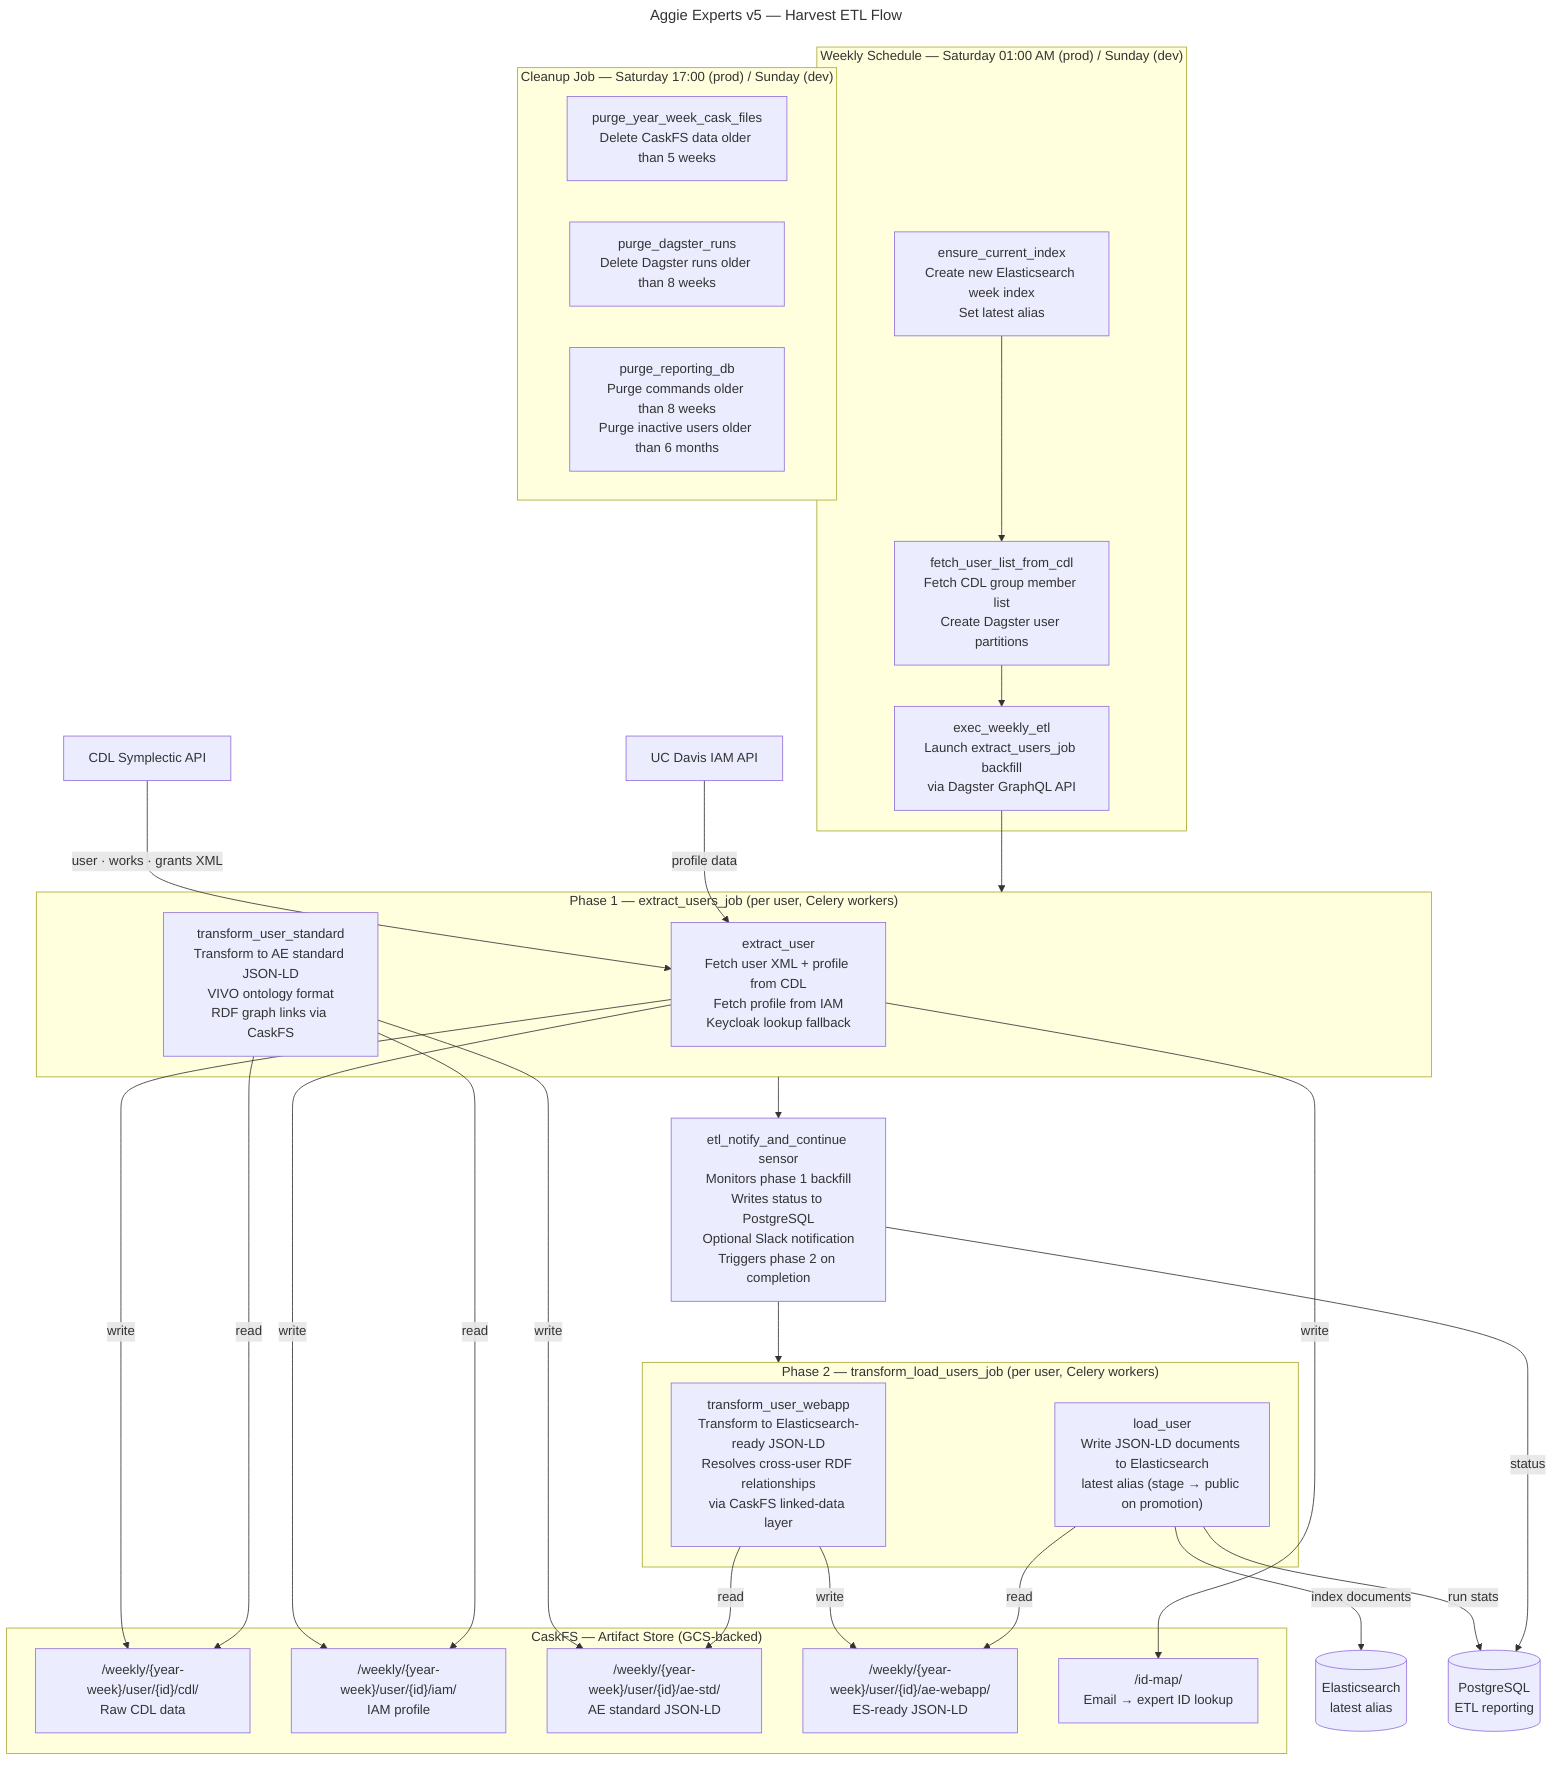
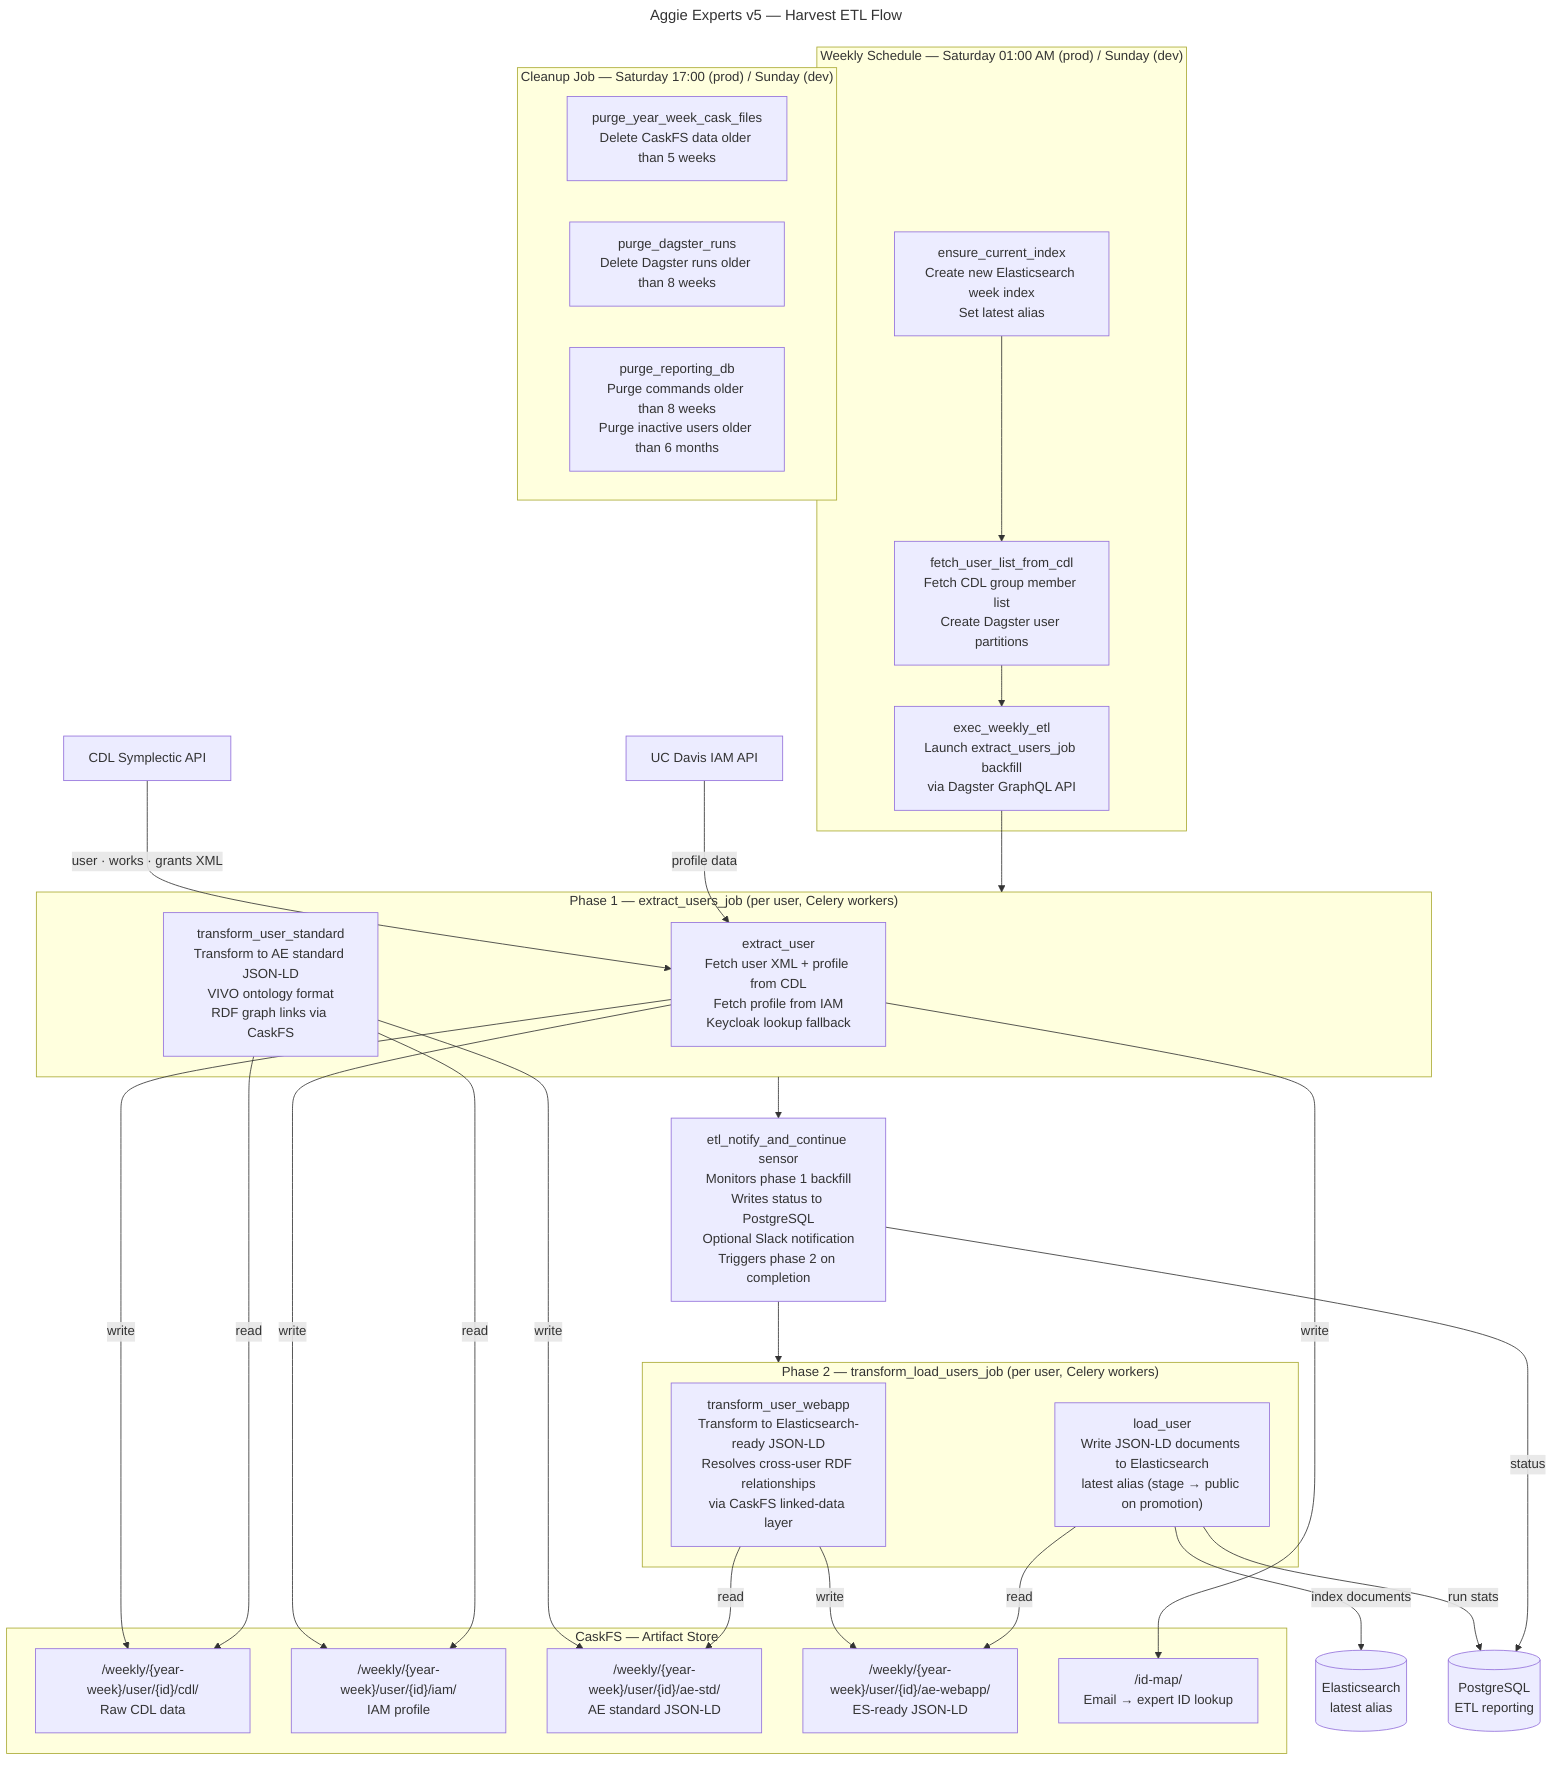
---
title: Aggie Experts v5 — Harvest ETL Flow
---
flowchart TD
    CDL["CDL Symplectic API"]
    IAM["UC Davis IAM API"]

    subgraph SCHED ["Weekly Schedule — Saturday 01:00 AM (prod) / Sunday (dev)"]
        INIT["ensure_current_index\nCreate new Elasticsearch week index\nSet latest alias"]
        FETCH["fetch_user_list_from_cdl\nFetch CDL group member list\nCreate Dagster user partitions"]
        EXEC["exec_weekly_etl\nLaunch extract_users_job backfill\nvia Dagster GraphQL API"]
    end

    subgraph P1 ["Phase 1 — extract_users_job (per user, Celery workers)"]
        EXT["extract_user\nFetch user XML + profile from CDL\nFetch profile from IAM\nKeycloak lookup fallback"]
        STD["transform_user_standard\nTransform to AE standard JSON-LD\nVIVO ontology format\nRDF graph links via CaskFS"]
    end

    SENSOR["etl_notify_and_continue sensor\nMonitors phase 1 backfill\nWrites status to PostgreSQL\nOptional Slack notification\nTriggers phase 2 on completion"]

    subgraph P2 ["Phase 2 — transform_load_users_job (per user, Celery workers)"]
        WEB["transform_user_webapp\nTransform to Elasticsearch-ready JSON-LD\nResolves cross-user RDF relationships\nvia CaskFS linked-data layer"]
        LOAD["load_user\nWrite JSON-LD documents to Elasticsearch\nlatest alias (stage → public on promotion)"]
    end

-     subgraph CASK ["CaskFS — Artifact Store (GCS-backed)"]
+     subgraph CASK ["CaskFS — Artifact Store"]
        C1["/weekly/{year-week}/user/{id}/cdl/\nRaw CDL data"]
        C2["/weekly/{year-week}/user/{id}/iam/\nIAM profile"]
        C3["/weekly/{year-week}/user/{id}/ae-std/\nAE standard JSON-LD"]
        C4["/weekly/{year-week}/user/{id}/ae-webapp/\nES-ready JSON-LD"]
        C5["/id-map/\nEmail → expert ID lookup"]
    end

    subgraph CLEANUP ["Cleanup Job — Saturday 17:00 (prod) / Sunday (dev)"]
        CL1["purge_year_week_cask_files\nDelete CaskFS data older than 5 weeks"]
        CL2["purge_dagster_runs\nDelete Dagster runs older than 8 weeks"]
        CL3["purge_reporting_db\nPurge commands older than 8 weeks\nPurge inactive users older than 6 months"]
    end

    ES[("Elasticsearch\nlatest alias")]
    PG[("PostgreSQL\nETL reporting")]

    INIT --> FETCH --> EXEC --> P1
    CDL -->|"user · works · grants XML"| EXT
    IAM -->|"profile data"| EXT
    EXT -->|"write"| C1 & C2 & C5
    STD -->|"read"| C1 & C2
    STD -->|"write"| C3
    P1 --> SENSOR --> P2
    WEB -->|"read"| C3
    WEB -->|"write"| C4
    LOAD -->|"read"| C4
    LOAD -->|"index documents"| ES
    LOAD -->|"run stats"| PG
    SENSOR -->|"status"| PG
